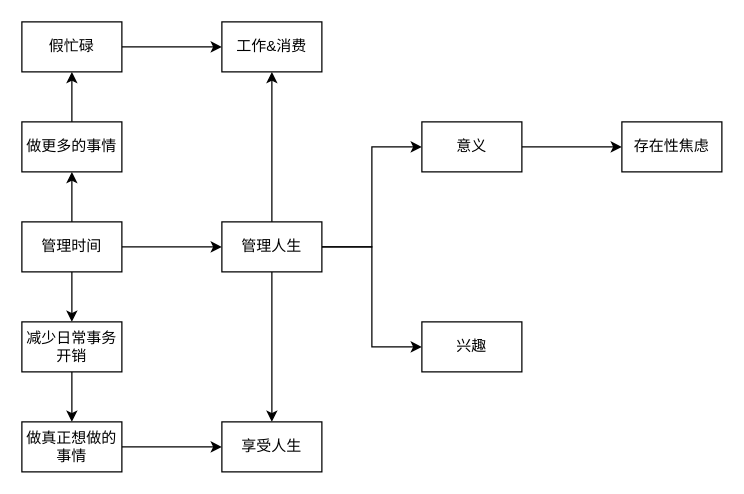
The draw.io diagram 积极创造.drawio in youyusan/open_mind, before the edit. Source tidied: cells renumbered, new cells numbered last; positions are measured from the earlier drawing's top-left corner, leaving out a move shared by most shapes. Both pictures are drawn from the tidied source at 125%, with x=0, y=0 at pixel (21, 21).
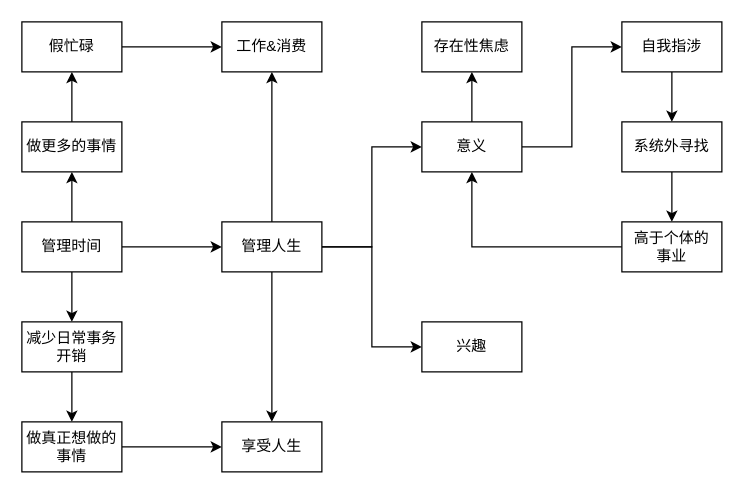
The same page after the edit.

Commit message:
更新积极创造.drawio

The change refers to these unchanged cells:
```xml
<mxCell id="20" value="意义" style="rounded=0;whiteSpace=wrap;html=1;" parent="1" vertex="1">
  <mxGeometry x="320" y="80" width="80" height="40" as="geometry" />
</mxCell>
```

What changed in the source:
```diff
@@
+    <mxCell id="25" style="edgeStyle=orthogonalEdgeStyle;rounded=0;jettySize=auto;html=1;entryX=0;entryY=0.5;entryDx=0;entryDy=0;" parent="1" edge="1" source="20" target="27">
+      <mxGeometry relative="1" as="geometry" />
+    </mxCell>
@@
     <mxCell id="24" value="存在性焦虑" style="rounded=0;whiteSpace=wrap;html=1;" parent="1" vertex="1">
-      <mxGeometry x="480" y="80" width="80" height="40" as="geometry" />
+      <mxGeometry x="320" width="80" height="40" as="geometry" />
     </mxCell>
+    <mxCell id="26" style="edgeStyle=orthogonalEdgeStyle;rounded=0;jettySize=auto;html=1;entryX=0.5;entryY=0;entryDx=0;entryDy=0;" parent="1" edge="1" source="27" target="29">
+      <mxGeometry relative="1" as="geometry" />
+    </mxCell>
+    <mxCell id="27" value="自我指涉" style="rounded=0;whiteSpace=wrap;html=1;" parent="1" vertex="1">
+      <mxGeometry x="480" width="80" height="40" as="geometry" />
+    </mxCell>
+    <mxCell id="28" style="edgeStyle=orthogonalEdgeStyle;rounded=0;jettySize=auto;html=1;entryX=0.5;entryY=0;entryDx=0;entryDy=0;" parent="1" edge="1" source="29" target="31">
+      <mxGeometry relative="1" as="geometry" />
+    </mxCell>
+    <mxCell id="29" value="系统外寻找" style="rounded=0;whiteSpace=wrap;html=1;" parent="1" vertex="1">
+      <mxGeometry x="480" y="80" width="80" height="40" as="geometry" />
+    </mxCell>
+    <mxCell id="30" style="edgeStyle=orthogonalEdgeStyle;rounded=0;jettySize=auto;html=1;" parent="1" edge="1" source="31" target="20">
+      <mxGeometry relative="1" as="geometry" />
+    </mxCell>
+    <mxCell id="31" value="高于个体的&lt;br&gt;事业" style="rounded=0;whiteSpace=wrap;html=1;" parent="1" vertex="1">
+      <mxGeometry x="480" y="160" width="80" height="40" as="geometry" />
+    </mxCell>
```
